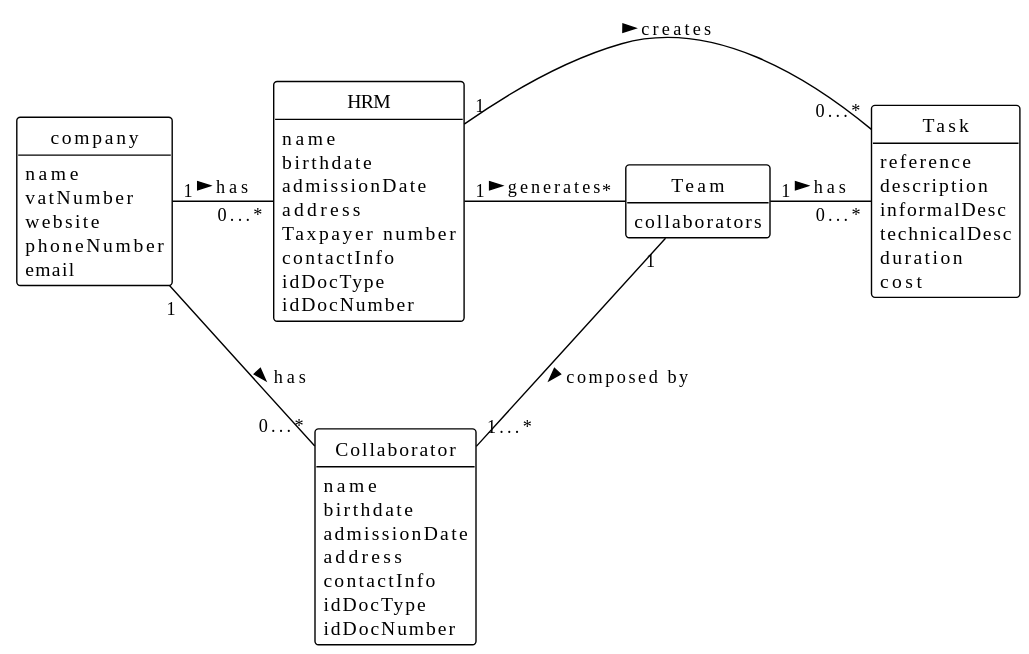
RicardoMorim/lapr2-ISEP-Project keeps this PlantUML diagram as docs/sprintA/us005/02.analysis/svg/005-domain-model.svg. Above is the earlier version.
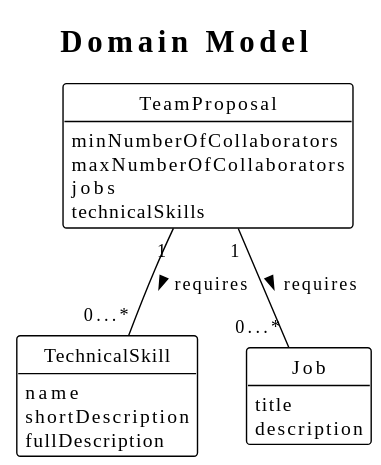
After the commit.

Diff of the diagram source:
```diff
@@ -4,52 +4,29 @@
 hide methods
 hide circle
 
-class company{
-         name
-         vatNumber
-         website
-         phoneNumber
-         email
+title Domain Model
+
+class TeamProposal{
+    minNumberOfCollaborators
+    maxNumberOfCollaborators
+    jobs
+    technicalSkills
+
 }
 
-class Collaborator {
-     name
-     birthdate
-     admissionDate
-     address
-     contactInfo
-     idDocType
-     idDocNumber
+
+class TechnicalSkill {
+        name
+        shortDescription
+        fullDescription
 }
 
-class Team{
-    collaborators
+class Job{
+    title
+    description
 }
 
-class HRM {
-    name
-    birthdate
-    admissionDate
-    address
-    Taxpayer number
-    contactInfo
-    idDocType
-    idDocNumber
-}
 
-class Task {
-        reference
-        description
-        informalDesc
-        technicalDesc
-        duration
-        cost
-}
-
-company "1" - "0...*" HRM : has >
-company "1" -- "0...*" Collaborator : has >
-HRM "1" - "*" Team : generates >
-Team "1" - "1...*" Collaborator : composed by >
-Team "1" - "0...*" Task : has >
-HRM "1" - "0...*" Task : creates  >
+TeamProposal "1" -- "0...*" TechnicalSkill : requires >
+TeamProposal "1" -- "0...*" Job : requires >
 @enduml
```
